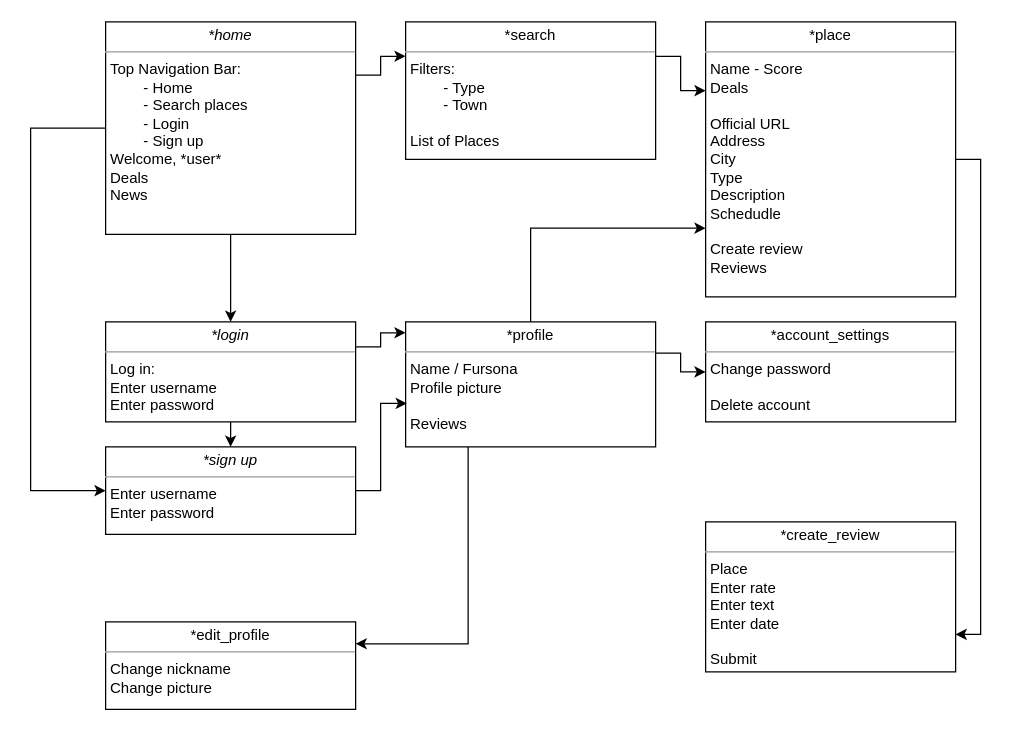
Before: Documents/htmls.drawio in GonzaloLGI/Furry-Advisor, a draw.io diagram. Source tidied: cells renumbered, new cells numbered last; positions are measured from the earlier drawing's top-left corner, leaving out a move shared by most shapes. Both pictures are drawn from the tidied source at 125%, with x=0, y=0 at pixel (30, 21).
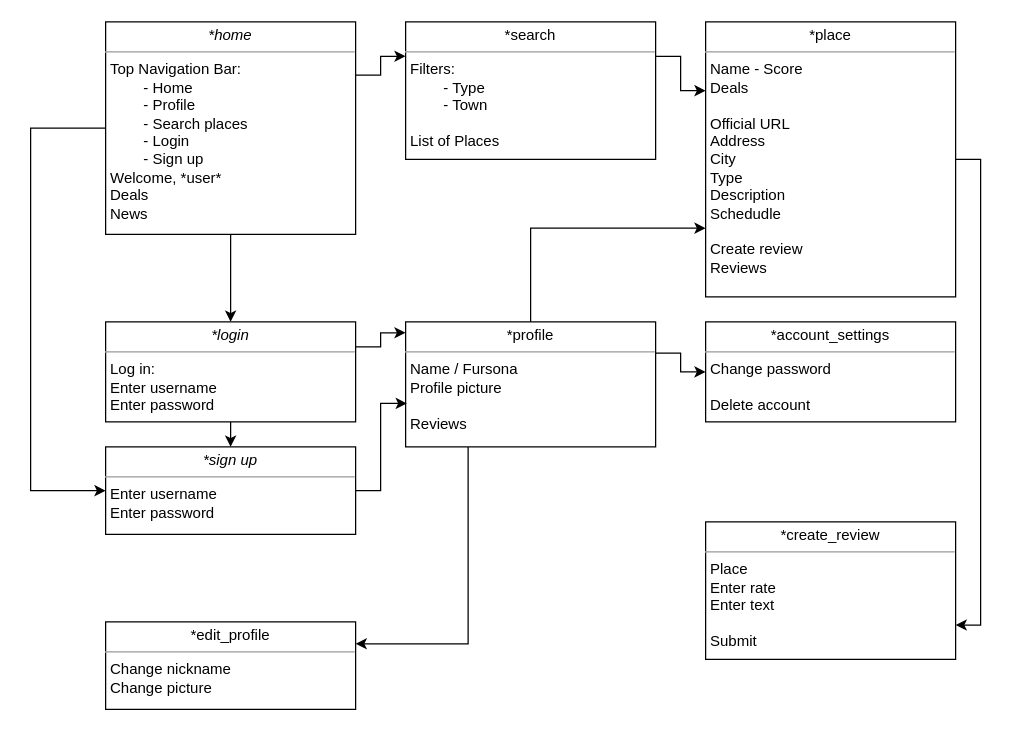
The same page after the edit.

The edit, as a diff of the source:
```diff
@@
-    <mxCell id="10" value="&lt;p style=&quot;margin: 0px ; margin-top: 4px ; text-align: center&quot;&gt;&lt;i&gt;*home&lt;/i&gt;&lt;/p&gt;&lt;hr size=&quot;1&quot;&gt;&lt;p style=&quot;margin: 0px ; margin-left: 4px&quot;&gt;Top Navigation Bar:&lt;/p&gt;&lt;p style=&quot;margin: 0px ; margin-left: 4px&quot;&gt;&lt;span style=&quot;white-space: pre&quot;&gt;&#9;&lt;/span&gt;- Home&lt;br&gt;&lt;/p&gt;&lt;p style=&quot;margin: 0px ; margin-left: 4px&quot;&gt;&lt;span style=&quot;white-space: pre&quot;&gt;&#9;&lt;/span&gt;- Search places&lt;br&gt;&lt;/p&gt;&lt;p style=&quot;margin: 0px ; margin-left: 4px&quot;&gt;&lt;span style=&quot;white-space: pre&quot;&gt;&#9;&lt;/span&gt;- Login&lt;/p&gt;&lt;p style=&quot;margin: 0px ; margin-left: 4px&quot;&gt;&lt;span style=&quot;white-space: pre&quot;&gt;&#9;&lt;/span&gt;- Sign up&lt;/p&gt;&lt;p style=&quot;margin: 0px ; margin-left: 4px&quot;&gt;Welcome, *user*&lt;/p&gt;&lt;p style=&quot;margin: 0px ; margin-left: 4px&quot;&gt;Deals&lt;/p&gt;&lt;p style=&quot;margin: 0px ; margin-left: 4px&quot;&gt;News&lt;/p&gt;&lt;p style=&quot;margin: 0px ; margin-left: 4px&quot;&gt;&lt;br&gt;&lt;/p&gt;&lt;p style=&quot;margin: 0px ; margin-left: 4px&quot;&gt;&lt;br&gt;&lt;/p&gt;" style="verticalAlign=top;align=left;overflow=fill;fontSize=12;fontFamily=Helvetica;html=1;rounded=0;shadow=0;comic=0;labelBackgroundColor=none;strokeWidth=1;" parent="1" vertex="1">
+    <mxCell id="10" value="&lt;p style=&quot;margin: 0px ; margin-top: 4px ; text-align: center&quot;&gt;&lt;i&gt;*home&lt;/i&gt;&lt;/p&gt;&lt;hr size=&quot;1&quot;&gt;&lt;p style=&quot;margin: 0px ; margin-left: 4px&quot;&gt;Top Navigation Bar:&lt;/p&gt;&lt;p style=&quot;margin: 0px ; margin-left: 4px&quot;&gt;&lt;span style=&quot;white-space: pre&quot;&gt;&#9;&lt;/span&gt;- Home&lt;br&gt;&lt;/p&gt;&lt;p style=&quot;margin: 0px ; margin-left: 4px&quot;&gt;&lt;span style=&quot;white-space: pre&quot;&gt;&#9;&lt;/span&gt;- Profile&lt;br&gt;&lt;/p&gt;&lt;p style=&quot;margin: 0px ; margin-left: 4px&quot;&gt;&lt;span style=&quot;white-space: pre&quot;&gt;&#9;&lt;/span&gt;- Search places&lt;br&gt;&lt;/p&gt;&lt;p style=&quot;margin: 0px ; margin-left: 4px&quot;&gt;&lt;span style=&quot;white-space: pre&quot;&gt;&#9;&lt;/span&gt;- Login&lt;/p&gt;&lt;p style=&quot;margin: 0px ; margin-left: 4px&quot;&gt;&lt;span style=&quot;white-space: pre&quot;&gt;&#9;&lt;/span&gt;- Sign up&lt;/p&gt;&lt;p style=&quot;margin: 0px ; margin-left: 4px&quot;&gt;Welcome, *user*&lt;/p&gt;&lt;p style=&quot;margin: 0px ; margin-left: 4px&quot;&gt;Deals&lt;/p&gt;&lt;p style=&quot;margin: 0px ; margin-left: 4px&quot;&gt;News&lt;/p&gt;&lt;p style=&quot;margin: 0px ; margin-left: 4px&quot;&gt;&lt;br&gt;&lt;/p&gt;&lt;p style=&quot;margin: 0px ; margin-left: 4px&quot;&gt;&lt;br&gt;&lt;/p&gt;" style="verticalAlign=top;align=left;overflow=fill;fontSize=12;fontFamily=Helvetica;html=1;rounded=0;shadow=0;comic=0;labelBackgroundColor=none;strokeWidth=1;" parent="1" vertex="1">
       <mxGeometry x="60" width="200" height="170" as="geometry" />
     </mxCell>
@@
-    <mxCell id="18" value="&lt;p style=&quot;margin: 0px ; margin-top: 4px ; text-align: center&quot;&gt;*create_review&lt;/p&gt;&lt;hr size=&quot;1&quot;&gt;&lt;p style=&quot;margin: 0px ; margin-left: 4px&quot;&gt;Place&lt;/p&gt;&lt;p style=&quot;margin: 0px ; margin-left: 4px&quot;&gt;Enter rate&lt;br&gt;&lt;/p&gt;&lt;p style=&quot;margin: 0px ; margin-left: 4px&quot;&gt;Enter text&lt;/p&gt;&lt;p style=&quot;margin: 0px ; margin-left: 4px&quot;&gt;Enter date&lt;/p&gt;&lt;p style=&quot;margin: 0px ; margin-left: 4px&quot;&gt;&lt;br&gt;&lt;/p&gt;&lt;p style=&quot;margin: 0px ; margin-left: 4px&quot;&gt;Submit&lt;/p&gt;" style="verticalAlign=top;align=left;overflow=fill;fontSize=12;fontFamily=Helvetica;html=1;rounded=0;shadow=0;comic=0;labelBackgroundColor=none;strokeWidth=1;" parent="1" vertex="1">
-      <mxGeometry x="540" y="400" width="200" height="120" as="geometry" />
+    <mxCell id="18" value="&lt;p style=&quot;margin: 0px ; margin-top: 4px ; text-align: center&quot;&gt;*create_review&lt;/p&gt;&lt;hr size=&quot;1&quot;&gt;&lt;p style=&quot;margin: 0px ; margin-left: 4px&quot;&gt;Place&lt;/p&gt;&lt;p style=&quot;margin: 0px ; margin-left: 4px&quot;&gt;Enter rate&lt;br&gt;&lt;/p&gt;&lt;p style=&quot;margin: 0px ; margin-left: 4px&quot;&gt;Enter text&lt;/p&gt;&lt;p style=&quot;margin: 0px ; margin-left: 4px&quot;&gt;&lt;br&gt;&lt;/p&gt;&lt;p style=&quot;margin: 0px ; margin-left: 4px&quot;&gt;Submit&lt;/p&gt;" style="verticalAlign=top;align=left;overflow=fill;fontSize=12;fontFamily=Helvetica;html=1;rounded=0;shadow=0;comic=0;labelBackgroundColor=none;strokeWidth=1;" parent="1" vertex="1">
+      <mxGeometry x="540" y="400" width="200" height="110" as="geometry" />
     </mxCell>
```
